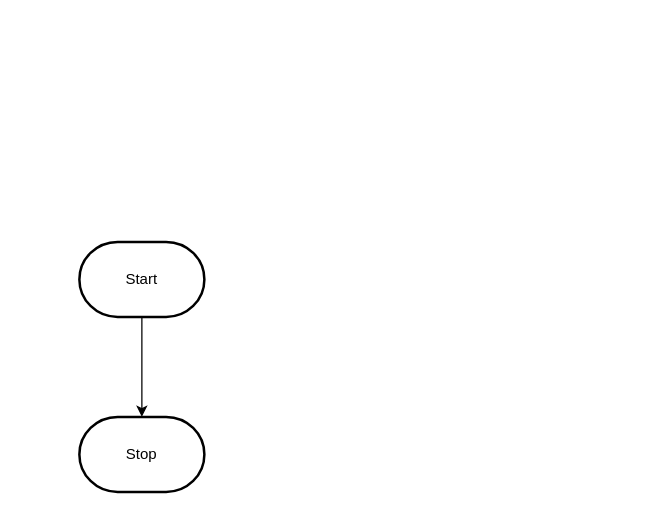
This is design/flowchart.drawio from MTHS-ICD2O-1-2023/ICD2O-Unit-3-03-Julianne-Leblanc-Peltier, a draw.io file, before an edit. Source tidied: cells renumbered, new cells numbered last; positions are measured from the earlier drawing's top-left corner, leaving out a move shared by most shapes. Both pictures are drawn from the tidied source at 125%, with x=0, y=0 at pixel (79, 241).
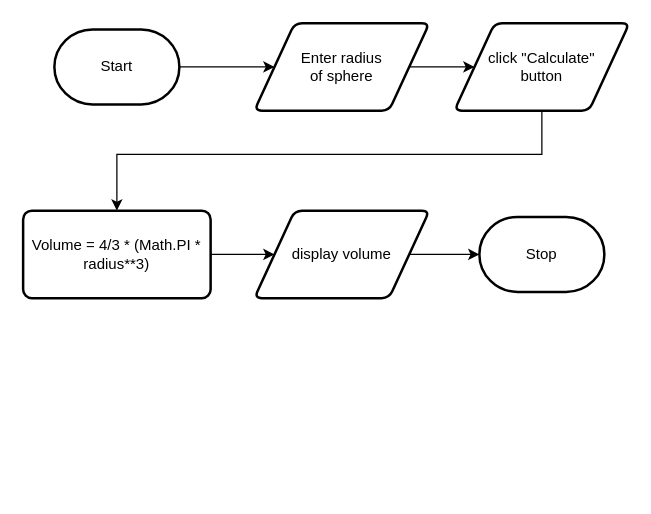
After the change.

Change to the diagram source:
```diff
@@
 <mxGraphModel>
   <root>
     <mxCell id="0" />
     <mxCell id="1" parent="0" />
-    <mxCell id="2" style="edgeStyle=orthogonalEdgeStyle;html=1;rounded=0;" parent="1" edge="1" source="3" target="4">
-      <mxGeometry relative="1" as="geometry" />
-    </mxCell>
+    <mxCell id="5" style="edgeStyle=none;rounded=0;html=1;exitX=1;exitY=0.5;exitDx=0;exitDy=0;exitPerimeter=0;" parent="1" edge="1" source="3" target="7">
+      <mxGeometry relative="1" as="geometry" />
+    </mxCell>
     <mxCell id="3" value="Start" style="strokeWidth=2;html=1;shape=mxgraph.flowchart.terminator;whiteSpace=wrap;" parent="1" vertex="1">
-      <mxGeometry width="100" height="60" as="geometry" />
+      <mxGeometry x="-20" y="-170" width="100" height="60" as="geometry" />
     </mxCell>
     <mxCell id="4" value="Stop" style="strokeWidth=2;html=1;shape=mxgraph.flowchart.terminator;whiteSpace=wrap;" parent="1" vertex="1">
-      <mxGeometry y="140" width="100" height="60" as="geometry" />
+      <mxGeometry x="320" y="-20" width="100" height="60" as="geometry" />
     </mxCell>
+    <mxCell id="6" style="edgeStyle=none;rounded=0;html=1;exitX=1;exitY=0.5;exitDx=0;exitDy=0;entryX=0;entryY=0.5;entryDx=0;entryDy=0;" parent="1" edge="1" source="7" target="9">
+      <mxGeometry relative="1" as="geometry" />
+    </mxCell>
+    <mxCell id="7" value="Enter radius &lt;br&gt;of sphere" style="shape=parallelogram;html=1;strokeWidth=2;perimeter=parallelogramPerimeter;whiteSpace=wrap;rounded=1;arcSize=12;size=0.23;" parent="1" vertex="1">
+      <mxGeometry x="140" y="-175" width="140" height="70" as="geometry" />
+    </mxCell>
+    <mxCell id="8" style="edgeStyle=none;rounded=0;html=1;exitX=0.5;exitY=1;exitDx=0;exitDy=0;entryX=0.5;entryY=0;entryDx=0;entryDy=0;" parent="1" edge="1" source="9" target="13">
+      <mxGeometry relative="1" as="geometry">
+        <Array as="points">
+          <mxPoint x="370" y="-70" />
+          <mxPoint x="30" y="-70" />
+        </Array>
+      </mxGeometry>
+    </mxCell>
+    <mxCell id="9" value="click &quot;Calculate&quot; &lt;br&gt;button" style="shape=parallelogram;html=1;strokeWidth=2;perimeter=parallelogramPerimeter;whiteSpace=wrap;rounded=1;arcSize=12;size=0.23;" parent="1" vertex="1">
+      <mxGeometry x="300" y="-175" width="140" height="70" as="geometry" />
+    </mxCell>
+    <mxCell id="10" style="edgeStyle=none;rounded=0;html=1;exitX=1;exitY=0.5;exitDx=0;exitDy=0;entryX=0;entryY=0.5;entryDx=0;entryDy=0;entryPerimeter=0;" parent="1" edge="1" source="11" target="4">
+      <mxGeometry relative="1" as="geometry" />
+    </mxCell>
+    <mxCell id="11" value="display volume" style="shape=parallelogram;html=1;strokeWidth=2;perimeter=parallelogramPerimeter;whiteSpace=wrap;rounded=1;arcSize=12;size=0.23;" parent="1" vertex="1">
+      <mxGeometry x="140" y="-25" width="140" height="70" as="geometry" />
+    </mxCell>
+    <mxCell id="12" style="edgeStyle=none;rounded=0;html=1;exitX=1;exitY=0.5;exitDx=0;exitDy=0;entryX=0;entryY=0.5;entryDx=0;entryDy=0;" parent="1" edge="1" source="13" target="11">
+      <mxGeometry relative="1" as="geometry" />
+    </mxCell>
+    <mxCell id="13" value="Volume = 4/3 * (Math.PI * radius**3)" style="rounded=1;whiteSpace=wrap;html=1;absoluteArcSize=1;arcSize=14;strokeWidth=2;" parent="1" vertex="1">
+      <mxGeometry x="-45" y="-25" width="150" height="70" as="geometry" />
+    </mxCell>
   </root>
 </mxGraphModel>
```
